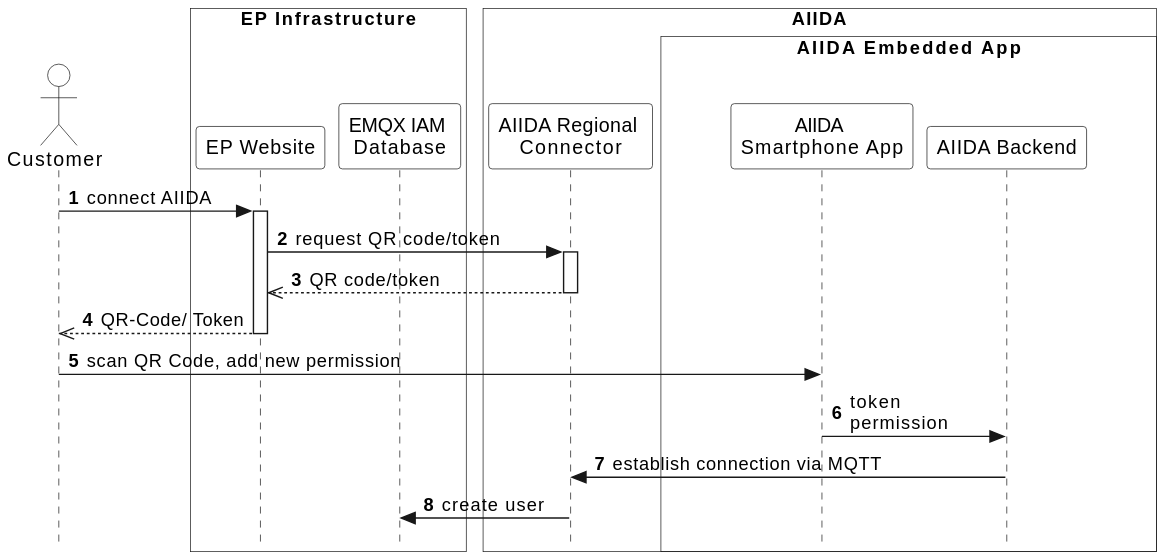
This is arc42/aiida/runtime-view/figures/aiida_new_connection_qr.svg from eddie-energy/architecture, a PlantUML export, as it was before one commit.
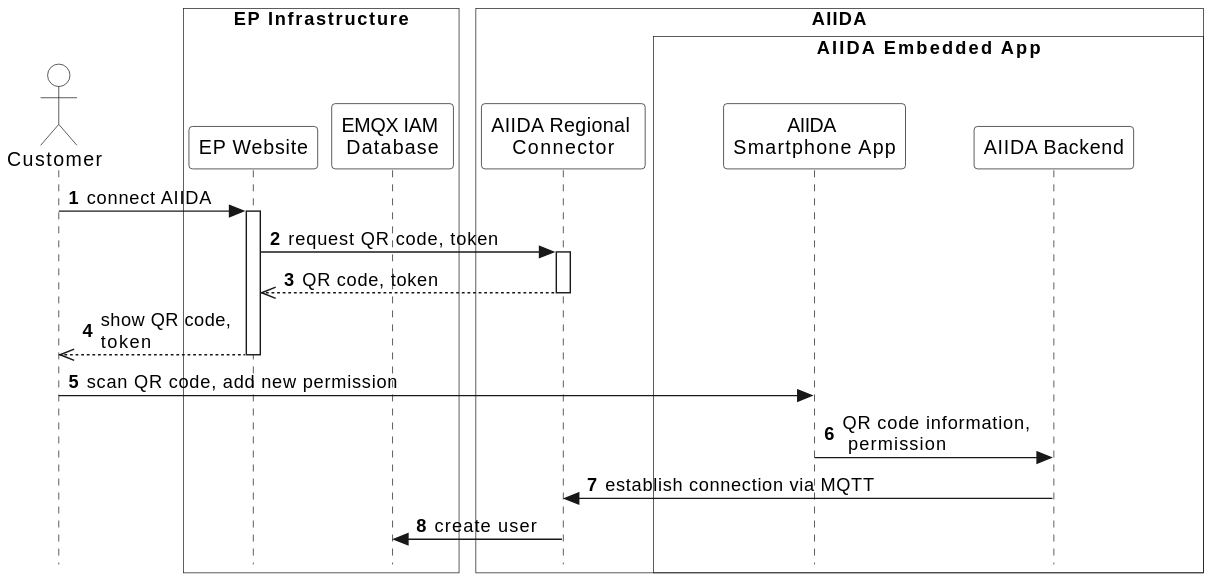
The same diagram one commit later.

Change to the diagram source:
```diff
@@ -24,15 +24,15 @@
 
 user -> website : connect AIIDA
 activate website
-website -> connector : request QR code/token
+website -> connector : request QR code, token
 activate connector
-connector -->> website : QR code/token
+connector -->> website : QR code, token
 deactivate connector
-website -->> user : QR-Code/ Token
+website -->> user : show QR code, \ntoken
 deactivate website
 
-user -> frontend : scan QR Code, add new permission
-frontend -> backend : token \npermission
+user -> frontend : scan QR code, add new permission
+frontend -> backend : QR code information,\n permission
 backend -> connector : establish connection via MQTT
 connector -> database : create user
 @enduml
```
